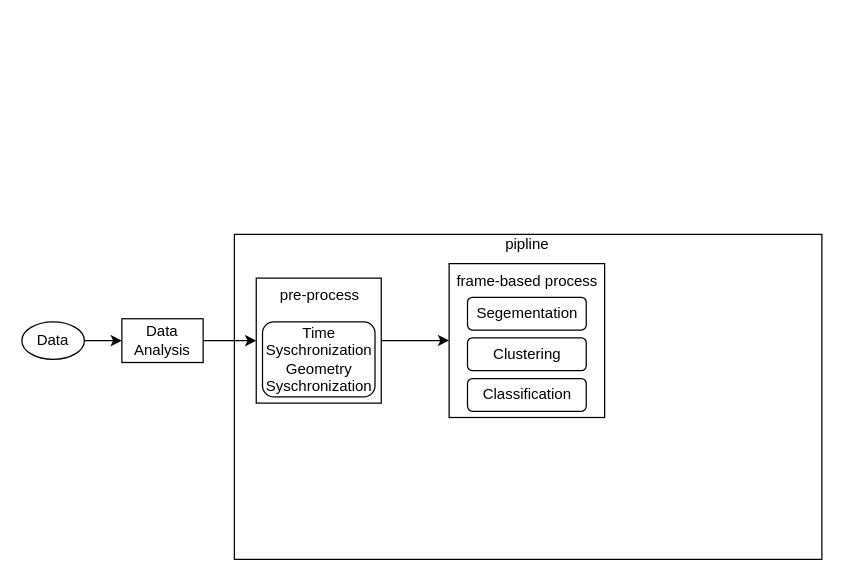
The draw.io diagram 未命名绘图.drawio in cowqer/some-boring-drow.io, before the edit. Source tidied: cells renumbered, new cells numbered last; positions are measured from the earlier drawing's top-left corner, leaving out a move shared by most shapes. Both pictures are drawn from the tidied source at 125%, with x=0, y=0 at pixel (21, 225).
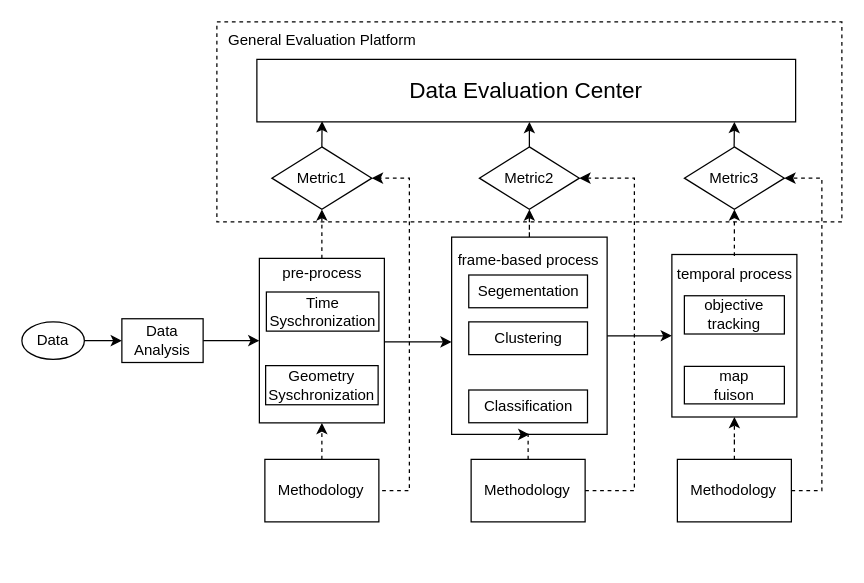
Above is the later version.

Commit message:
更新未命名绘图.drawio

The edit, as a diff of the source:
```diff
@@
+    <mxCell id="17" style="rounded=0;whiteSpace=wrap;html=1;dashed=1;fillColor=none;" parent="1" vertex="1">
+      <mxGeometry x="156" y="-163" width="500" height="160" as="geometry" />
+    </mxCell>
@@
-    <mxCell id="3" value="Data" style="ellipse;whiteSpace=wrap;html=1;" parent="1" vertex="1">
+    <mxCell id="3" value="Data" style="ellipse;whiteSpace=wrap;html=1;rounded=0;" parent="1" vertex="1">
       <mxGeometry y="77" width="50" height="30" as="geometry" />
     </mxCell>
@@
-    <mxCell id="5" value="Data Analysis" style="whiteSpace=wrap;html=1;" parent="1" vertex="1">
+    <mxCell id="5" value="Data Analysis" style="whiteSpace=wrap;html=1;rounded=0;" parent="1" vertex="1">
       <mxGeometry x="80" y="74.5" width="65" height="35" as="geometry" />
     </mxCell>
-    <mxCell id="6" style="whiteSpace=wrap;html=1;fillColor=none;" parent="1" vertex="1">
-      <mxGeometry x="170" y="7" width="470" height="260" as="geometry" />
-    </mxCell>
     <mxCell id="7" style="edgeStyle=orthogonalEdgeStyle;rounded=0;jettySize=auto;html=1;" parent="1" edge="1" source="8" target="10">
-      <mxGeometry relative="1" as="geometry" />
+      <mxGeometry relative="1" as="geometry">
+        <Array as="points">
+          <mxPoint x="340" y="93" />
+          <mxPoint x="340" y="93" />
+        </Array>
+      </mxGeometry>
     </mxCell>
+    <mxCell id="18" style="edgeStyle=orthogonalEdgeStyle;rounded=0;jettySize=auto;html=1;dashed=1;" parent="1" edge="1" source="8" target="27">
+      <mxGeometry relative="1" as="geometry" />
+    </mxCell>
-    <mxCell id="8" style="whiteSpace=wrap;html=1;" parent="1" vertex="1">
-      <mxGeometry x="187.5" y="42" width="100" height="100" as="geometry" />
+    <mxCell id="8" style="whiteSpace=wrap;html=1;rounded=0;" parent="1" vertex="1">
+      <mxGeometry x="190" y="26.2" width="100" height="131.6" as="geometry" />
     </mxCell>
-    <mxCell id="9" value="Time Syschronization&lt;br style=&quot;border-color: var(--border-color);&quot;&gt;Geometry Syschronization" style="rounded=1;whiteSpace=wrap;html=1;" parent="1" vertex="1">
-      <mxGeometry x="192.5" y="77" width="90" height="60" as="geometry" />
-    </mxCell>
+    <mxCell id="19" style="edgeStyle=orthogonalEdgeStyle;rounded=0;jettySize=auto;html=1;entryX=0;entryY=0.5;entryDx=0;entryDy=0;" parent="1" edge="1" source="10" target="21">
+      <mxGeometry relative="1" as="geometry" />
+    </mxCell>
+    <mxCell id="20" style="edgeStyle=orthogonalEdgeStyle;rounded=0;jettySize=auto;html=1;dashed=1;" parent="1" edge="1" source="10" target="28">
+      <mxGeometry relative="1" as="geometry" />
+    </mxCell>
-    <mxCell id="10" style="whiteSpace=wrap;html=1;" parent="1" vertex="1">
-      <mxGeometry x="341.8" y="30.4" width="124.4" height="123.1" as="geometry" />
+    <mxCell id="10" style="whiteSpace=wrap;html=1;rounded=0;" parent="1" vertex="1">
+      <mxGeometry x="343.8" y="9.2" width="124.4" height="157.8" as="geometry" />
     </mxCell>
-    <mxCell id="11" value="pipline" style="text;html=1;align=center;verticalAlign=middle;strokeColor=none;fillColor=none;" parent="1" vertex="1">
-      <mxGeometry x="374" y="0.4" width="60" height="30" as="geometry" />
-    </mxCell>
-    <mxCell id="12" value="pre-process" style="text;html=1;align=center;verticalAlign=middle;strokeColor=none;fillColor=none;" parent="1" vertex="1">
-      <mxGeometry x="192.5" y="40.8" width="90" height="30" as="geometry" />
+    <mxCell id="12" value="pre-process" style="text;html=1;align=center;verticalAlign=middle;strokeColor=none;fillColor=none;rounded=0;" parent="1" vertex="1">
+      <mxGeometry x="195" y="23.1" width="90" height="30" as="geometry" />
     </mxCell>
-    <mxCell id="13" value="frame-based&amp;nbsp;&lt;span style=&quot;&quot;&gt;process&lt;/span&gt;" style="text;html=1;align=center;verticalAlign=middle;strokeColor=none;fillColor=none;" parent="1" vertex="1">
-      <mxGeometry x="334" y="30.4" width="140" height="30" as="geometry" />
+    <mxCell id="13" value="frame-based&amp;nbsp;&lt;span style=&quot;&quot;&gt;process&lt;/span&gt;" style="text;html=1;align=center;verticalAlign=middle;strokeColor=none;fillColor=none;rounded=0;" parent="1" vertex="1">
+      <mxGeometry x="335" y="12.6" width="140" height="30" as="geometry" />
     </mxCell>
-    <mxCell id="14" value="Segementation" style="rounded=1;whiteSpace=wrap;html=1;" parent="1" vertex="1">
-      <mxGeometry x="356.5" y="57.3" width="95" height="26.2" as="geometry" />
+    <mxCell id="14" value="Segementation" style="rounded=0;whiteSpace=wrap;html=1;" parent="1" vertex="1">
+      <mxGeometry x="357.5" y="39.5" width="95" height="26.2" as="geometry" />
     </mxCell>
-    <mxCell id="15" value="Clustering" style="rounded=1;whiteSpace=wrap;html=1;" parent="1" vertex="1">
-      <mxGeometry x="356.5" y="89.8" width="95" height="26.2" as="geometry" />
+    <mxCell id="15" value="Clustering" style="rounded=0;whiteSpace=wrap;html=1;" parent="1" vertex="1">
+      <mxGeometry x="357.5" y="77" width="95" height="26.2" as="geometry" />
     </mxCell>
+    <mxCell id="21" style="whiteSpace=wrap;html=1;rounded=0;" parent="1" vertex="1">
+      <mxGeometry x="520" y="23.1" width="100" height="130" as="geometry" />
+    </mxCell>
+    <mxCell id="22" value="objective tracking" style="rounded=0;whiteSpace=wrap;html=1;" parent="1" vertex="1">
+      <mxGeometry x="530" y="56.1" width="80" height="30.6" as="geometry" />
+    </mxCell>
+    <mxCell id="23" value="map&lt;br&gt;fuison" style="rounded=0;whiteSpace=wrap;html=1;" parent="1" vertex="1">
+      <mxGeometry x="530" y="112.6" width="80" height="30" as="geometry" />
+    </mxCell>
-    <mxCell id="16" value="Classification" style="rounded=1;whiteSpace=wrap;html=1;" parent="1" vertex="1">
-      <mxGeometry x="356.5" y="122.3" width="95" height="26.2" as="geometry" />
+    <mxCell id="16" value="Classification" style="rounded=0;whiteSpace=wrap;html=1;" parent="1" vertex="1">
+      <mxGeometry x="357.5" y="131.5" width="95" height="26.2" as="geometry" />
     </mxCell>
+    <mxCell id="24" style="edgeStyle=orthogonalEdgeStyle;rounded=0;jettySize=auto;html=1;dashed=1;" parent="1" edge="1" source="25" target="29">
+      <mxGeometry relative="1" as="geometry" />
+    </mxCell>
+    <mxCell id="25" value="temporal&amp;nbsp;&lt;span style=&quot;&quot;&gt;process&lt;/span&gt;" style="text;html=1;align=center;verticalAlign=middle;points=[];strokeColor=none;fillColor=none;rounded=0;" parent="1" vertex="1">
+      <mxGeometry x="510" y="24.2" width="120" height="30" as="geometry" />
+    </mxCell>
+    <mxCell id="26" value="&lt;font style=&quot;font-size: 18px;&quot;&gt;Data Evaluation &lt;font style=&quot;font-size: 18px;&quot;&gt;Center&lt;/font&gt;&lt;/font&gt;" style="rounded=0;whiteSpace=wrap;html=1;" parent="1" vertex="1">
+      <mxGeometry x="188" y="-133" width="431" height="50" as="geometry" />
+    </mxCell>
+    <mxCell id="27" value="Metric1" style="rhombus;whiteSpace=wrap;html=1;rounded=0;" parent="1" vertex="1">
+      <mxGeometry x="200" y="-63" width="80" height="50" as="geometry" />
+    </mxCell>
+    <mxCell id="28" value="Metric2" style="rhombus;whiteSpace=wrap;html=1;rounded=0;" parent="1" vertex="1">
+      <mxGeometry x="366" y="-63" width="80" height="50" as="geometry" />
+    </mxCell>
+    <mxCell id="29" value="Metric3" style="rhombus;whiteSpace=wrap;html=1;rounded=0;" parent="1" vertex="1">
+      <mxGeometry x="530" y="-63" width="80" height="50" as="geometry" />
+    </mxCell>
+    <mxCell id="30" style="endArrow=classic;html=1;rounded=0;exitX=0.5;exitY=0;exitDx=0;exitDy=0;entryX=0.121;entryY=0.988;entryDx=0;entryDy=0;entryPerimeter=0;" parent="1" edge="1" source="27" target="26">
+      <mxGeometry relative="1" as="geometry" />
+    </mxCell>
+    <mxCell id="31" style="endArrow=classic;html=1;rounded=0;exitX=0.5;exitY=0;exitDx=0;exitDy=0;" parent="1" edge="1" source="28">
+      <mxGeometry relative="1" as="geometry">
+        <mxPoint x="406" y="-83" as="targetPoint" />
+      </mxGeometry>
+    </mxCell>
+    <mxCell id="32" style="endArrow=classic;html=1;rounded=0;exitX=0.5;exitY=0;exitDx=0;exitDy=0;" parent="1" edge="1">
+      <mxGeometry relative="1" as="geometry">
+        <mxPoint x="569.8" y="-63" as="sourcePoint" />
+        <mxPoint x="570" y="-83" as="targetPoint" />
+      </mxGeometry>
+    </mxCell>
+    <mxCell id="33" style="edgeStyle=orthogonalEdgeStyle;rounded=0;jettySize=auto;html=1;entryX=0.5;entryY=1;entryDx=0;entryDy=0;dashed=1;" parent="1" edge="1" target="8">
+      <mxGeometry relative="1" as="geometry">
+        <mxPoint x="240" y="187" as="sourcePoint" />
+      </mxGeometry>
+    </mxCell>
+    <mxCell id="34" style="edgeStyle=orthogonalEdgeStyle;rounded=0;jettySize=auto;html=1;dashed=1;exitX=1;exitY=0.5;exitDx=0;exitDy=0;entryX=1;entryY=0.5;entryDx=0;entryDy=0;" parent="1" edge="1" target="27">
+      <mxGeometry relative="1" as="geometry">
+        <mxPoint x="276.2" y="212" as="sourcePoint" />
+        <Array as="points">
+          <mxPoint x="310" y="212" />
+          <mxPoint x="310" y="-38" />
+        </Array>
+      </mxGeometry>
+    </mxCell>
+    <mxCell id="35" style="edgeStyle=orthogonalEdgeStyle;rounded=0;jettySize=auto;html=1;entryX=0.5;entryY=1;entryDx=0;entryDy=0;dashed=1;" parent="1" edge="1" source="36" target="10">
+      <mxGeometry relative="1" as="geometry" />
+    </mxCell>
+    <mxCell id="36" value="Methodology" style="rounded=0;whiteSpace=wrap;html=1;" parent="1" vertex="1">
+      <mxGeometry x="359.4" y="187" width="91.2" height="50" as="geometry" />
+    </mxCell>
+    <mxCell id="37" value="Time Syschronization" style="rounded=0;whiteSpace=wrap;html=1;" parent="1" vertex="1">
+      <mxGeometry x="195.6" y="53.1" width="90" height="31.3" as="geometry" />
+    </mxCell>
+    <mxCell id="38" value="Geometry&lt;br&gt;Syschronization" style="rounded=0;whiteSpace=wrap;html=1;" parent="1" vertex="1">
+      <mxGeometry x="195" y="112" width="90" height="31.3" as="geometry" />
+    </mxCell>
+    <mxCell id="39" style="edgeStyle=orthogonalEdgeStyle;rounded=0;jettySize=auto;html=1;entryX=0.5;entryY=1;entryDx=0;entryDy=0;dashed=1;" parent="1" edge="1" source="40" target="21">
+      <mxGeometry relative="1" as="geometry" />
+    </mxCell>
+    <mxCell id="40" value="Methodology" style="rounded=0;whiteSpace=wrap;html=1;" parent="1" vertex="1">
+      <mxGeometry x="524.4" y="187" width="91.2" height="50" as="geometry" />
+    </mxCell>
+    <mxCell id="41" value="Methodology" style="rounded=0;whiteSpace=wrap;html=1;" parent="1" vertex="1">
+      <mxGeometry x="194.4" y="187" width="91.2" height="50" as="geometry" />
+    </mxCell>
+    <mxCell id="42" style="endArrow=classic;html=1;rounded=0;exitX=1;exitY=0.5;exitDx=0;exitDy=0;entryX=1;entryY=0.5;entryDx=0;entryDy=0;dashed=1;" parent="1" edge="1" source="36" target="28">
+      <mxGeometry relative="1" as="geometry">
+        <Array as="points">
+          <mxPoint x="490" y="212" />
+          <mxPoint x="490" y="97" />
+          <mxPoint x="490" y="-38" />
+        </Array>
+      </mxGeometry>
+    </mxCell>
+    <mxCell id="43" style="endArrow=classic;html=1;rounded=0;exitX=1;exitY=0.5;exitDx=0;exitDy=0;entryX=1;entryY=0.5;entryDx=0;entryDy=0;dashed=1;" parent="1" edge="1" source="40" target="29">
+      <mxGeometry relative="1" as="geometry">
+        <Array as="points">
+          <mxPoint x="640" y="212" />
+          <mxPoint x="640" y="87" />
+          <mxPoint x="640" y="-38" />
+        </Array>
+      </mxGeometry>
+    </mxCell>
+    <mxCell id="44" value="General Evaluation Platform" style="text;html=1;align=center;verticalAlign=middle;strokeColor=none;fillColor=none;rounded=0;" parent="1" vertex="1">
+      <mxGeometry x="155" y="-163" width="170" height="30" as="geometry" />
+    </mxCell>
```
